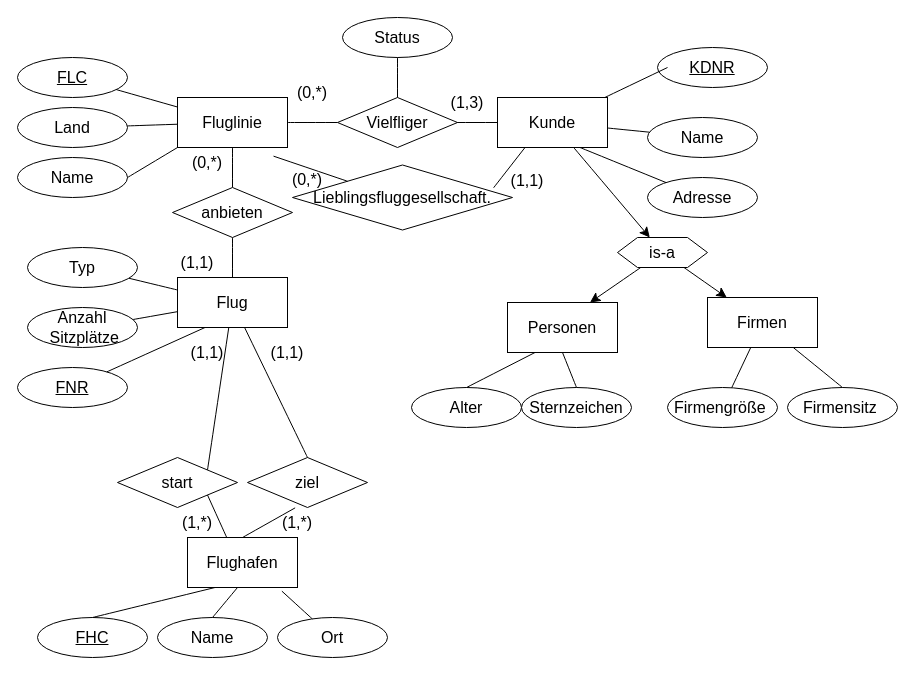
This is Unbenanntes Diagrasmm.drawio from elifefe/neu, a draw.io file, before an edit. Source tidied: cells renumbered, new cells numbered last; positions are measured from the earlier drawing's top-left corner, leaving out a move shared by most shapes. Both pictures are drawn from the tidied source at 100%, with x=0, y=0 at pixel (17, 17).
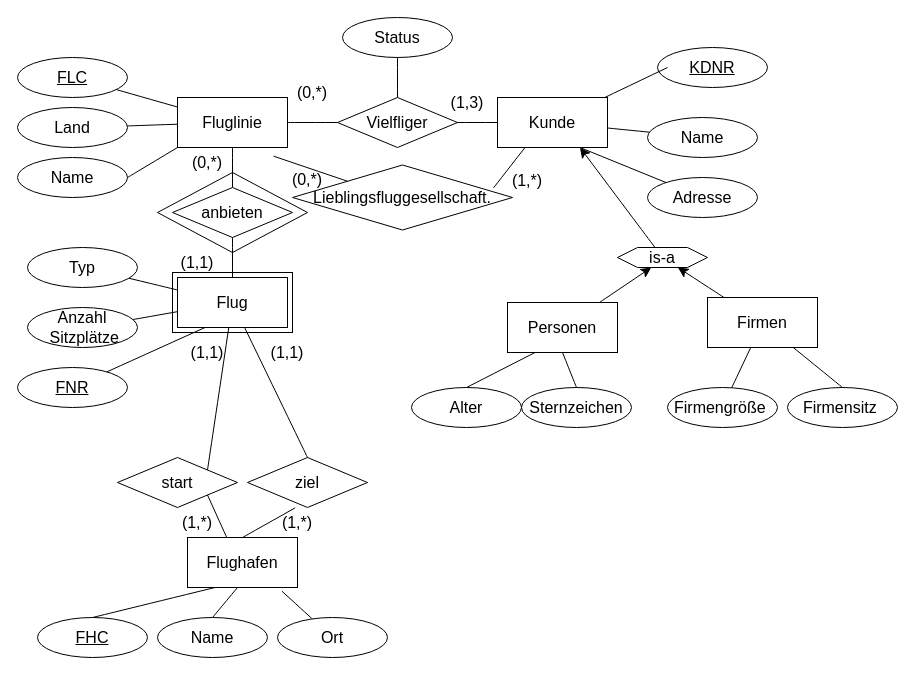
The same diagram, later.

Unchanged cells that the change refers to:
```xml
<mxCell id="7" value="Kunde" style="rounded=0;whiteSpace=wrap;html=1;fontSize=16;" parent="1" vertex="1">
  <mxGeometry x="480" y="80" width="110" height="50" as="geometry" />
</mxCell>
<mxCell id="19" value="Personen" style="rounded=0;whiteSpace=wrap;html=1;fontSize=16;" parent="1" vertex="1">
  <mxGeometry x="490" y="285" width="110" height="50" as="geometry" />
</mxCell>
<mxCell id="20" value="Firmen" style="rounded=0;whiteSpace=wrap;html=1;fontSize=16;" parent="1" vertex="1">
  <mxGeometry x="690" y="280" width="110" height="50" as="geometry" />
</mxCell>
```

What changed in the source:
```diff
@@
+    <mxCell id="71" style="rounded=0;whiteSpace=wrap;html=1;fontSize=16;" parent="1" vertex="1">
+      <mxGeometry x="155" y="255" width="120" height="60" as="geometry" />
+    </mxCell>
+    <mxCell id="72" style="rhombus;whiteSpace=wrap;html=1;fontSize=16;" parent="1" vertex="1">
+      <mxGeometry x="140" y="155" width="150" height="80" as="geometry" />
+    </mxCell>
@@
-    <mxCell id="6" style="edgeStyle=none;curved=1;rounded=0;jettySize=auto;html=1;fontSize=12;startSize=8;endSize=8;" parent="1" edge="1" source="7" target="65">
-      <mxGeometry relative="1" as="geometry" />
-    </mxCell>
@@
+    <mxCell id="73" style="edgeStyle=none;curved=1;rounded=0;jettySize=auto;html=1;entryX=0.375;entryY=1;entryDx=0;entryDy=0;fontSize=12;startSize=8;endSize=8;" parent="1" edge="1" source="19" target="65">
+      <mxGeometry relative="1" as="geometry" />
+    </mxCell>
@@
+    <mxCell id="74" style="edgeStyle=none;curved=1;rounded=0;jettySize=auto;html=1;fontSize=12;startSize=8;endSize=8;" parent="1" edge="1" source="20" target="65">
+      <mxGeometry relative="1" as="geometry" />
+    </mxCell>
@@
-    <mxCell id="63" style="edgeStyle=none;curved=1;rounded=0;jettySize=auto;html=1;entryX=0.75;entryY=0;entryDx=0;entryDy=0;fontSize=12;startSize=8;endSize=8;" parent="1" edge="1" source="65" target="19">
-      <mxGeometry relative="1" as="geometry" />
-    </mxCell>
-    <mxCell id="64" style="edgeStyle=none;curved=1;rounded=0;jettySize=auto;html=1;fontSize=12;startSize=8;endSize=8;" parent="1" edge="1" source="65" target="20">
-      <mxGeometry relative="1" as="geometry" />
-    </mxCell>
+    <mxCell id="75" style="edgeStyle=none;curved=1;rounded=0;jettySize=auto;html=1;entryX=0.75;entryY=1;entryDx=0;entryDy=0;fontSize=12;startSize=8;endSize=8;" parent="1" edge="1" source="65" target="7">
+      <mxGeometry relative="1" as="geometry" />
+    </mxCell>
     <mxCell id="65" value="is-a" style="shape=hexagon;perimeter=hexagonPerimeter2;whiteSpace=wrap;html=1;fixedSize=1;fontSize=16;" parent="1" vertex="1">
-      <mxGeometry x="600" y="220" width="90" height="30" as="geometry" />
+      <mxGeometry x="600" y="230" width="90" height="20" as="geometry" />
     </mxCell>
@@
-    <mxCell id="69" value="(1,1)" style="text;html=1;strokeColor=none;fillColor=none;align=center;verticalAlign=middle;whiteSpace=wrap;rounded=0;fontSize=16;" parent="1" vertex="1">
+    <mxCell id="69" value="(1,*)" style="text;html=1;strokeColor=none;fillColor=none;align=center;verticalAlign=middle;whiteSpace=wrap;rounded=0;fontSize=16;" parent="1" vertex="1">
       <mxGeometry x="480" y="147.5" width="60" height="30" as="geometry" />
     </mxCell>
```
